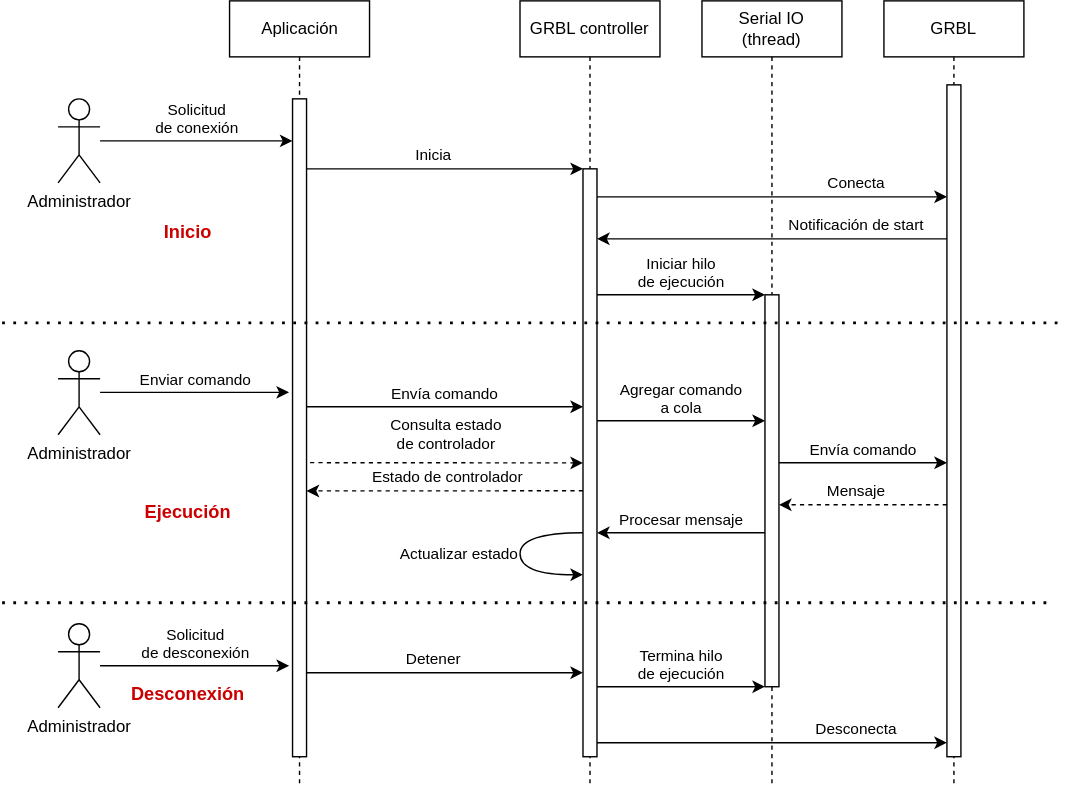
Leandro-Bertoluzzi/remote-cnc keeps this draw.io diagram as docs/design/sequence/interact_with_grbl.drawio.svg. Above is the earlier version. Source tidied: cells renumbered, new cells last; positions are measured from the earlier drawing's top-left corner, leaving out a move shared by most shapes.
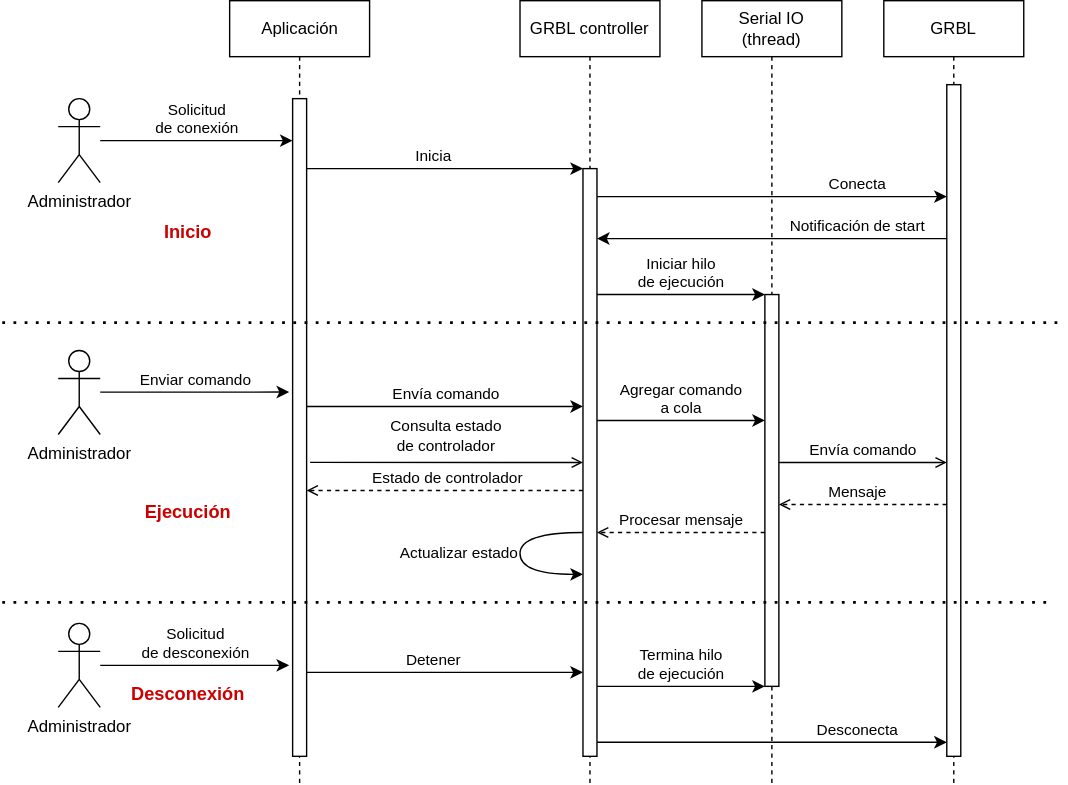
After the commit.

Change to the diagram source:
```diff
@@ -77,7 +77,7 @@
     <mxCell id="17" style="html=1;points=[];perimeter=orthogonalPerimeter;outlineConnect=0;targetShapes=umlLifeline;portConstraint=eastwest;newEdgeStyle={&quot;edgeStyle&quot;:&quot;elbowEdgeStyle&quot;,&quot;elbow&quot;:&quot;vertical&quot;,&quot;curved&quot;:0,&quot;rounded&quot;:0};" parent="16" vertex="1">
       <mxGeometry x="45" y="120" width="10" height="420" as="geometry" />
     </mxCell>
-    <mxCell id="18" style="edgeStyle=elbowEdgeStyle;rounded=0;orthogonalLoop=1;jettySize=auto;html=1;elbow=vertical;curved=0;dashed=1;" parent="1" edge="1">
+    <mxCell id="18" style="edgeStyle=elbowEdgeStyle;rounded=0;orthogonalLoop=1;jettySize=auto;html=1;elbow=vertical;curved=0;dashed=1;endArrow=open;endFill=0;" parent="1" edge="1">
       <mxGeometry relative="1" as="geometry">
         <mxPoint x="675" y="360" as="sourcePoint" />
         <mxPoint x="555" y="360" as="targetPoint" />
@@ -91,17 +91,17 @@
         <mxPoint x="22" y="-10" as="offset" />
       </mxGeometry>
     </mxCell>
-    <mxCell id="20" style="edgeStyle=elbowEdgeStyle;rounded=0;jettySize=auto;html=1;elbow=vertical;curved=0;dashed=1;exitX=1.25;exitY=0.553;exitDx=0;exitDy=0;exitPerimeter=0;" parent="1" edge="1" source="5">
+    <mxCell id="20" style="edgeStyle=elbowEdgeStyle;rounded=0;jettySize=auto;html=1;elbow=vertical;curved=0;exitX=1.25;exitY=0.553;exitDx=0;exitDy=0;exitPerimeter=0;endArrow=open;endFill=0;labelPosition=center;verticalLabelPosition=middle;align=center;verticalAlign=middle;" parent="1" edge="1" source="5">
       <mxGeometry relative="1" as="geometry">
         <mxPoint x="415" y="330" as="targetPoint" />
       </mxGeometry>
     </mxCell>
-    <mxCell id="21" value="&lt;div&gt;Consulta estado&lt;/div&gt;&lt;div&gt;de controlador&lt;br&gt;&lt;/div&gt;" style="edgeLabel;html=1;align=center;verticalAlign=middle;" parent="20" vertex="1">
+    <mxCell id="21" value="&lt;div&gt;Consulta estado&lt;/div&gt;&lt;div&gt;de controlador&lt;br&gt;&lt;/div&gt;" style="edgeLabel;html=1;align=center;verticalAlign=middle;labelBackgroundColor=default;fontStyle=0;horizontal=1;" parent="20" vertex="1">
       <mxGeometry x="-0.16" y="-1" relative="1" as="geometry">
         <mxPoint x="15" y="-21" as="offset" />
       </mxGeometry>
     </mxCell>
-    <mxCell id="22" style="edgeStyle=elbowEdgeStyle;rounded=0;jettySize=auto;html=1;elbow=vertical;curved=0;dashed=1;" parent="1" edge="1" target="5">
+    <mxCell id="22" style="edgeStyle=elbowEdgeStyle;rounded=0;jettySize=auto;html=1;elbow=vertical;curved=0;dashed=1;endArrow=open;endFill=0;" parent="1" edge="1" target="5">
       <mxGeometry relative="1" as="geometry">
         <mxPoint x="415" y="350" as="sourcePoint" />
       </mxGeometry>
@@ -129,7 +129,7 @@
     <mxCell id="27" value="&lt;font color=&quot;#cc0000&quot;&gt;&lt;b&gt;Ejecución&lt;/b&gt;&lt;/font&gt;" style="text;html=1;strokeColor=none;fillColor=none;align=center;verticalAlign=middle;whiteSpace=wrap;rounded=0;fontSize=13;" parent="1" vertex="1">
       <mxGeometry x="97.5" y="350" width="70" height="30" as="geometry" />
     </mxCell>
-    <mxCell id="28" value="Envía comando" style="endArrow=classic;html=1;rounded=0;labelPosition=center;verticalLabelPosition=top;align=center;verticalAlign=bottom;fontStyle=0;" parent="1" edge="1">
+    <mxCell id="28" value="Envía comando" style="endArrow=open;html=1;rounded=0;labelPosition=center;verticalLabelPosition=top;align=center;verticalAlign=bottom;fontStyle=0;endFill=0;" parent="1" edge="1">
       <mxGeometry relative="1" as="geometry">
         <mxPoint x="555" y="330" as="sourcePoint" />
         <mxPoint x="675" y="330" as="targetPoint" />
@@ -141,7 +141,7 @@
         <mxPoint x="545" y="300" as="targetPoint" />
       </mxGeometry>
     </mxCell>
-    <mxCell id="30" value="Procesar mensaje" style="endArrow=classic;html=1;rounded=0;labelPosition=center;verticalLabelPosition=top;align=center;verticalAlign=bottom;" parent="1" edge="1">
+    <mxCell id="30" value="Procesar mensaje" style="endArrow=open;html=1;rounded=0;labelPosition=center;verticalLabelPosition=top;align=center;verticalAlign=bottom;endFill=0;dashed=1;" parent="1" edge="1">
       <mxGeometry relative="1" as="geometry">
         <mxPoint x="545" y="380" as="sourcePoint" />
         <mxPoint x="425" y="380" as="targetPoint" />
```
